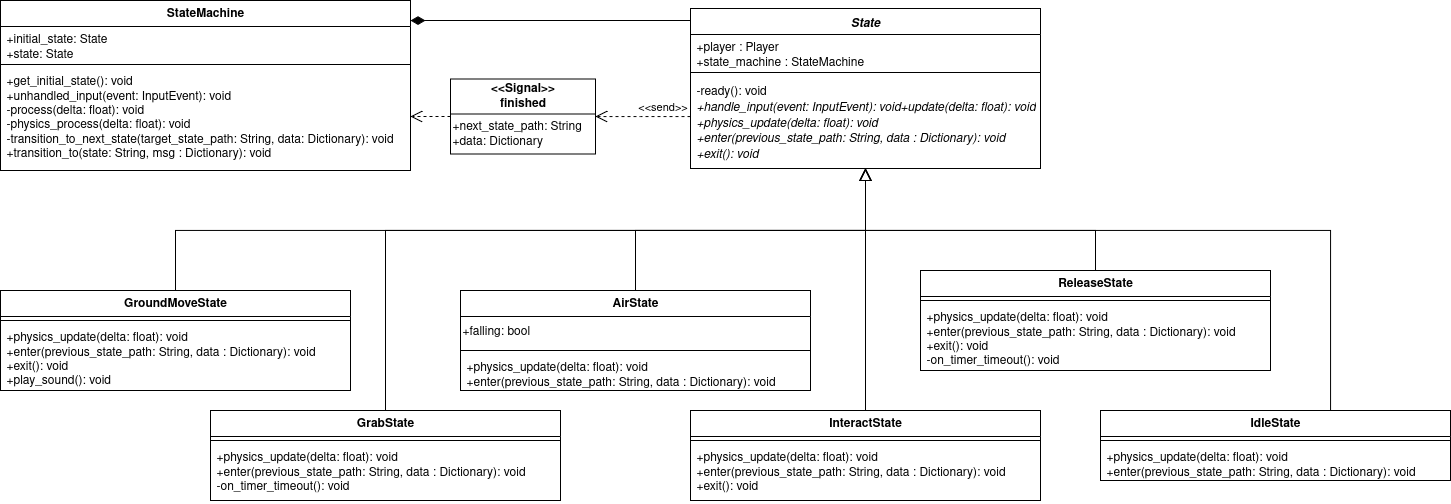
Above: Documentazione/source/imgs/class-state_machine.png in fliposab/ProgettoStage (draw.io), before the change. Source tidied: cells renumbered, new cells last; positions are measured from the earlier drawing's top-left corner, leaving out a move shared by most shapes.
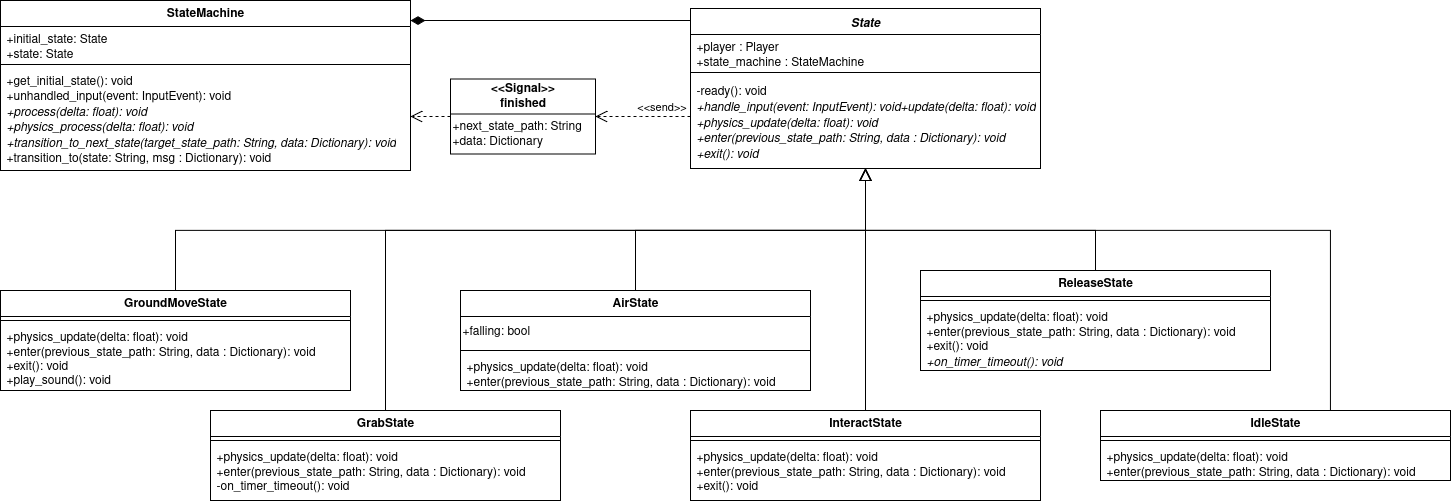
After the change.

Change to the diagram source:
```diff
@@ -31,7 +31,7 @@
     <mxCell id="9" style="line;strokeWidth=1;fillColor=none;align=left;verticalAlign=middle;spacingTop=-1;spacingLeft=3;spacingRight=3;labelPosition=right;strokeColor=inherit;" parent="7" vertex="1">
       <mxGeometry y="60" width="410" height="8" as="geometry" />
     </mxCell>
-    <mxCell id="10" value="&lt;div&gt;+get_initial_state(): void&lt;/div&gt;+unhandled_input(event: InputEvent): void&lt;br&gt;-process(delta: float): void&lt;br&gt;-physics_process(delta: float): void&lt;br&gt;-transition_to_next_state(target_state_path: String, data: Dictionary): void&lt;br&gt;+transition_to(state: String, msg : Dictionary): void" style="text;strokeColor=none;fillColor=none;align=left;verticalAlign=top;spacingLeft=4;spacingRight=4;overflow=hidden;whiteSpace=wrap;html=1;" parent="7" vertex="1">
+    <mxCell id="10" value="&lt;div&gt;+get_initial_state(): void&lt;/div&gt;+unhandled_input(event: InputEvent): void&lt;br&gt;&lt;i&gt;+process(delta: float): void&lt;br&gt;+physics_process(delta: float): void&lt;/i&gt;&lt;br&gt;&lt;i&gt;+transition_to_next_state(target_state_path: String, data: Dictionary): void&lt;/i&gt;&lt;br&gt;+transition_to(state: String, msg : Dictionary): void" style="text;strokeColor=none;fillColor=none;align=left;verticalAlign=top;spacingLeft=4;spacingRight=4;overflow=hidden;whiteSpace=wrap;html=1;" parent="7" vertex="1">
       <mxGeometry y="68" width="410" height="102" as="geometry" />
     </mxCell>
     <mxCell id="11" value="&lt;div&gt;&lt;b&gt;&amp;lt;&amp;lt;Signal&amp;gt;&amp;gt;&lt;/b&gt;&lt;/div&gt;&lt;div&gt;&lt;b&gt;finished&lt;/b&gt;&lt;/div&gt;" style="swimlane;fontStyle=0;horizontal=1;startSize=35;fillColor=none;whiteSpace=wrap;html=1;" parent="1" vertex="1">
@@ -150,7 +150,7 @@
     <mxCell id="38" style="line;strokeWidth=1;fillColor=none;align=left;verticalAlign=middle;spacingTop=-1;spacingLeft=3;spacingRight=3;labelPosition=right;strokeColor=inherit;" parent="37" vertex="1">
       <mxGeometry y="26" width="350" height="8" as="geometry" />
     </mxCell>
-    <mxCell id="39" value="+physics_update(delta: float): void&lt;br&gt;&lt;div&gt;+enter(previous_state_path: String, data : Dictionary): void&lt;/div&gt;&lt;div&gt;+exit(): void&lt;/div&gt;&lt;div&gt;-on_timer_timeout(): void&lt;/div&gt;" style="text;strokeColor=none;fillColor=none;align=left;verticalAlign=top;spacingLeft=4;spacingRight=4;overflow=hidden;whiteSpace=wrap;html=1;" parent="37" vertex="1">
+    <mxCell id="39" value="+physics_update(delta: float): void&lt;br&gt;&lt;div&gt;+enter(previous_state_path: String, data : Dictionary): void&lt;/div&gt;&lt;div&gt;+exit(): void&lt;/div&gt;&lt;div&gt;&lt;i&gt;+on_timer_timeout(): void&lt;/i&gt;&lt;/div&gt;" style="text;strokeColor=none;fillColor=none;align=left;verticalAlign=top;spacingLeft=4;spacingRight=4;overflow=hidden;whiteSpace=wrap;html=1;" parent="37" vertex="1">
       <mxGeometry y="34" width="350" height="66" as="geometry" />
     </mxCell>
     <mxCell id="40" style="edgeStyle=orthogonalEdgeStyle;rounded=0;jettySize=auto;html=1;endArrow=block;endFill=0;endSize=10;" parent="1" edge="1" source="20" target="3">
```
